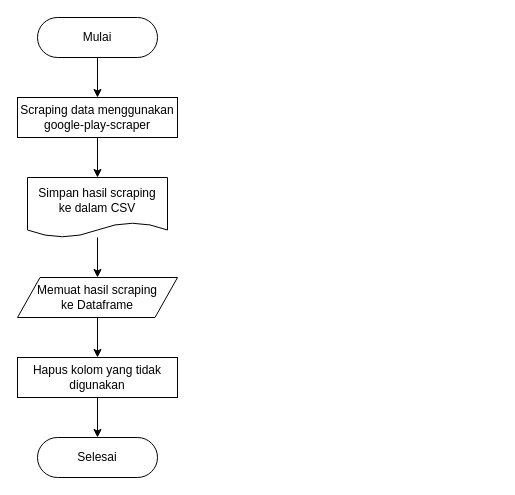
Earlier version of the draw.io diagram page "Scraping" (2 of 9) of Untitled Diagram.drawio (mksyfla/analysis-sentiment-using-svm). Source tidied: cells renumbered, new cells numbered last; positions are measured from the earlier drawing's top-left corner, leaving out a move shared by most shapes. Both pictures are drawn from the tidied source at 100%, with x=0, y=0 at pixel (17, 17).
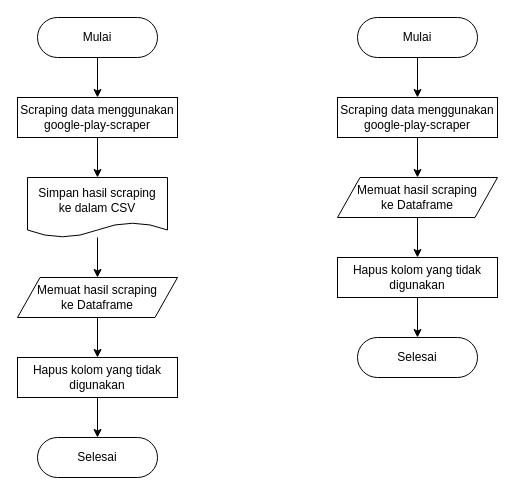
After the change.

Change to the diagram source:
```diff
@@
+    <mxCell id="13" style="edgeStyle=orthogonalEdgeStyle;rounded=0;jettySize=auto;html=1;" parent="1" edge="1" source="14" target="16">
+      <mxGeometry relative="1" as="geometry" />
+    </mxCell>
+    <mxCell id="14" value="Mulai" style="html=1;dashed=0;whiteSpace=wrap;shape=mxgraph.dfd.start;" parent="1" vertex="1">
+      <mxGeometry x="340" width="120" height="40" as="geometry" />
+    </mxCell>
+    <mxCell id="15" style="edgeStyle=orthogonalEdgeStyle;rounded=0;jettySize=auto;html=1;" parent="1" edge="1" source="16" target="21">
+      <mxGeometry relative="1" as="geometry" />
+    </mxCell>
+    <mxCell id="16" value="&lt;div&gt;Scraping data&amp;nbsp;menggunakan&lt;/div&gt;&lt;div&gt;google-play-scraper&lt;/div&gt;" style="html=1;dashed=0;whiteSpace=wrap;" parent="1" vertex="1">
+      <mxGeometry x="320" y="80" width="160" height="40" as="geometry" />
+    </mxCell>
+    <mxCell id="17" style="edgeStyle=orthogonalEdgeStyle;rounded=0;jettySize=auto;html=1;" parent="1" edge="1" source="18" target="19">
+      <mxGeometry relative="1" as="geometry" />
+    </mxCell>
+    <mxCell id="18" value="&lt;div&gt;Hapus kolom&amp;nbsp;yang tidak digunakan&lt;/div&gt;" style="html=1;dashed=0;whiteSpace=wrap;" parent="1" vertex="1">
+      <mxGeometry x="320" y="240" width="160" height="40" as="geometry" />
+    </mxCell>
+    <mxCell id="19" value="Selesai" style="html=1;dashed=0;whiteSpace=wrap;shape=mxgraph.dfd.start;" parent="1" vertex="1">
+      <mxGeometry x="340" y="320" width="120" height="40" as="geometry" />
+    </mxCell>
+    <mxCell id="20" style="edgeStyle=orthogonalEdgeStyle;rounded=0;jettySize=auto;html=1;" parent="1" edge="1" source="21" target="18">
+      <mxGeometry relative="1" as="geometry" />
+    </mxCell>
+    <mxCell id="21" value="&lt;div&gt;Memuat hasil scraping&lt;/div&gt;&lt;div&gt;ke Dataframe&lt;/div&gt;" style="shape=parallelogram;perimeter=parallelogramPerimeter;whiteSpace=wrap;html=1;dashed=0;size=0.140625;" parent="1" vertex="1">
+      <mxGeometry x="320" y="160" width="160" height="40" as="geometry" />
+    </mxCell>
```
